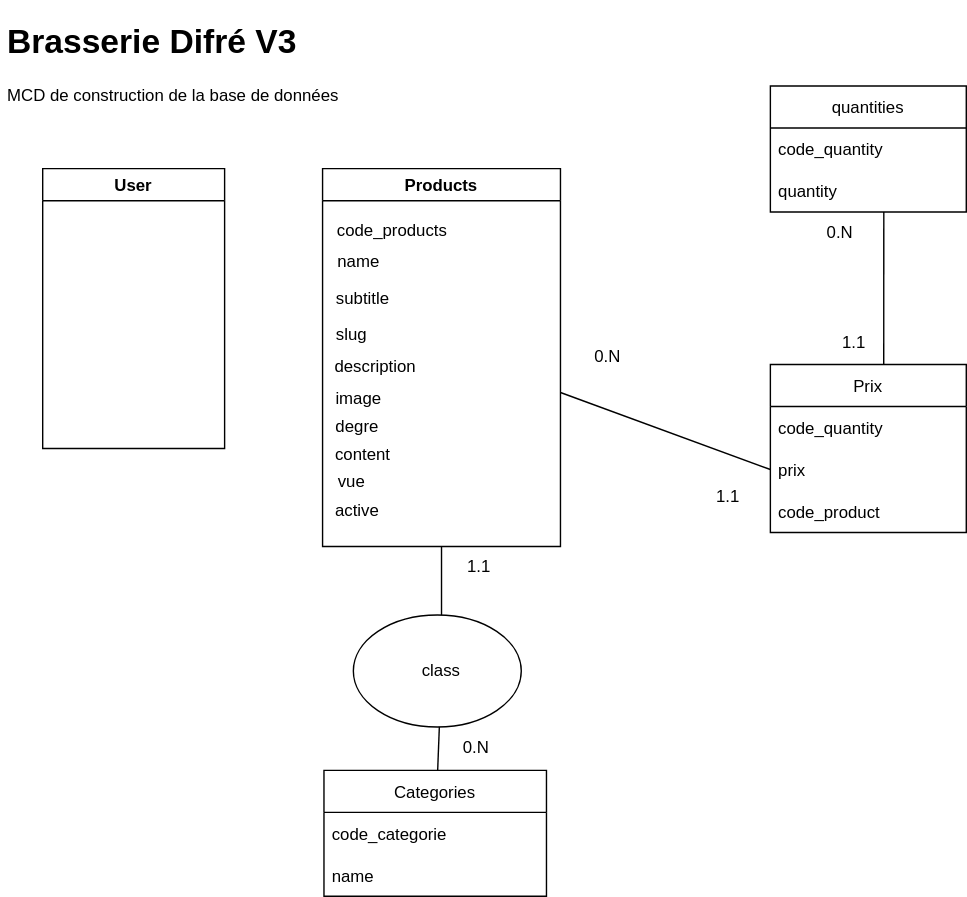
This is sources/mcd.drawio.svg from maitrecanard/brasseriedifre_v3, a draw.io export, as it was before one commit. Source tidied: cells renumbered, new cells last; positions are measured from the earlier drawing's top-left corner, leaving out a move shared by most shapes.
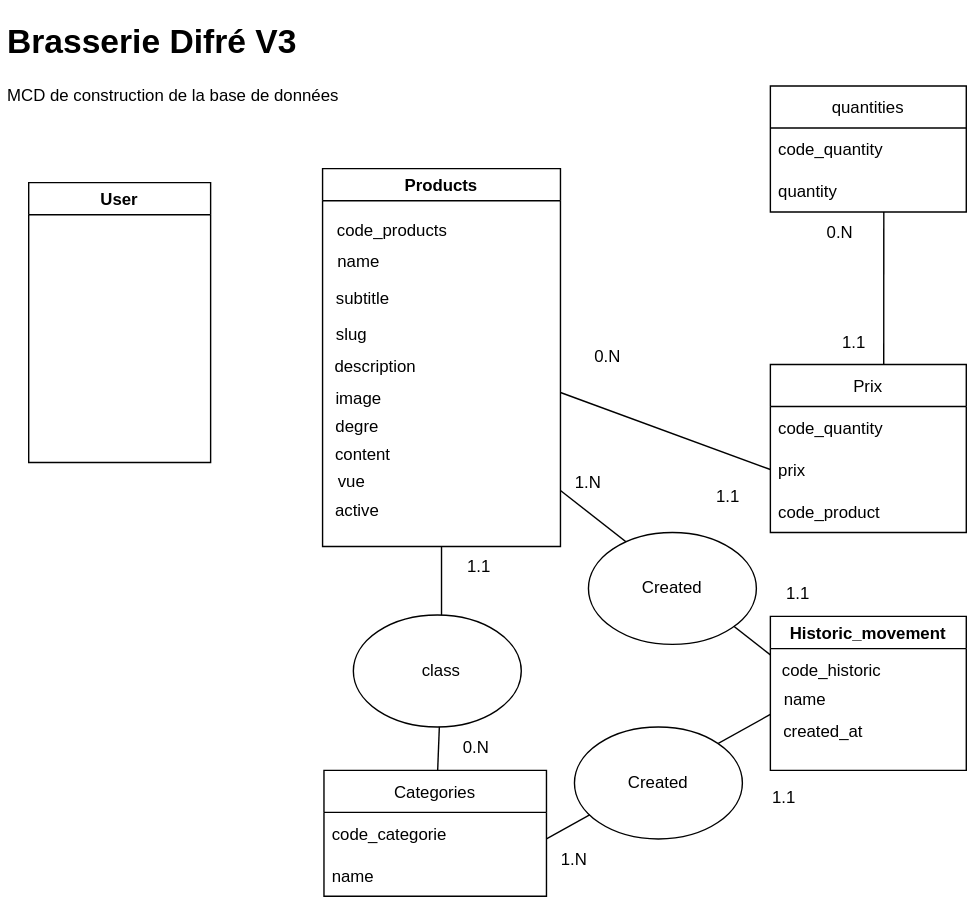
After the change.

Commit message:
mie à jour du MCD

Change to the diagram source:
```diff
@@ -6,7 +6,7 @@
       <mxGeometry width="400" height="110" as="geometry" />
     </mxCell>
     <mxCell id="3" value="User" style="swimlane;" parent="1" vertex="1">
-      <mxGeometry x="30" y="110" width="130" height="200" as="geometry" />
+      <mxGeometry x="20" y="120" width="130" height="200" as="geometry" />
     </mxCell>
     <mxCell id="4" style="edgeStyle=none;html=1;" parent="1" edge="1" source="5" target="21">
       <mxGeometry relative="1" as="geometry" />
@@ -112,5 +112,46 @@
     <mxCell id="36" value="1.1" style="text;html=1;strokeColor=none;fillColor=none;align=center;verticalAlign=middle;whiteSpace=wrap;rounded=0;" parent="1" vertex="1">
       <mxGeometry x="580" y="220" width="60" height="30" as="geometry" />
     </mxCell>
+    <mxCell id="37" value="Historic_movement" style="swimlane;" parent="1" vertex="1">
+      <mxGeometry x="550" y="430" width="140" height="110" as="geometry" />
+    </mxCell>
+    <mxCell id="38" value="code_historic" style="text;html=1;strokeColor=none;fillColor=none;align=center;verticalAlign=middle;whiteSpace=wrap;rounded=0;" parent="37" vertex="1">
+      <mxGeometry x="14" y="24" width="60" height="30" as="geometry" />
+    </mxCell>
+    <mxCell id="39" value="name" style="text;html=1;strokeColor=none;fillColor=none;align=center;verticalAlign=middle;whiteSpace=wrap;rounded=0;" parent="37" vertex="1">
+      <mxGeometry x="-5" y="45" width="60" height="30" as="geometry" />
+    </mxCell>
+    <mxCell id="40" value="created_at" style="text;html=1;strokeColor=none;fillColor=none;align=center;verticalAlign=middle;whiteSpace=wrap;rounded=0;" parent="37" vertex="1">
+      <mxGeometry x="8" y="68" width="60" height="30" as="geometry" />
+    </mxCell>
+    <mxCell id="41" style="endArrow=none;html=1;entryX=0;entryY=0.25;entryDx=0;entryDy=0;" parent="1" edge="1" target="37">
+      <mxGeometry relative="1" as="geometry">
+        <mxPoint x="400" y="340" as="sourcePoint" />
+      </mxGeometry>
+    </mxCell>
+    <mxCell id="42" style="endArrow=none;html=1;" parent="1" edge="1">
+      <mxGeometry relative="1" as="geometry">
+        <mxPoint x="390" y="589" as="sourcePoint" />
+        <mxPoint x="550" y="500" as="targetPoint" />
+      </mxGeometry>
+    </mxCell>
+    <mxCell id="43" value="Created" style="ellipse;whiteSpace=wrap;html=1;" parent="1" vertex="1">
+      <mxGeometry x="420" y="370" width="120" height="80" as="geometry" />
+    </mxCell>
+    <mxCell id="44" value="Created" style="ellipse;whiteSpace=wrap;html=1;" parent="1" vertex="1">
+      <mxGeometry x="410" y="509" width="120" height="80" as="geometry" />
+    </mxCell>
+    <mxCell id="45" value="1.N" style="text;html=1;strokeColor=none;fillColor=none;align=center;verticalAlign=middle;whiteSpace=wrap;rounded=0;" parent="1" vertex="1">
+      <mxGeometry x="390" y="320" width="60" height="30" as="geometry" />
+    </mxCell>
+    <mxCell id="46" value="1.1" style="text;html=1;strokeColor=none;fillColor=none;align=center;verticalAlign=middle;whiteSpace=wrap;rounded=0;" parent="1" vertex="1">
+      <mxGeometry x="540" y="399" width="60" height="30" as="geometry" />
+    </mxCell>
+    <mxCell id="47" value="1.N" style="text;html=1;strokeColor=none;fillColor=none;align=center;verticalAlign=middle;whiteSpace=wrap;rounded=0;" parent="1" vertex="1">
+      <mxGeometry x="380" y="589" width="60" height="30" as="geometry" />
+    </mxCell>
+    <mxCell id="48" value="1.1" style="text;html=1;strokeColor=none;fillColor=none;align=center;verticalAlign=middle;whiteSpace=wrap;rounded=0;" parent="1" vertex="1">
+      <mxGeometry x="530" y="545" width="60" height="30" as="geometry" />
+    </mxCell>
   </root>
 </mxGraphModel>
```
